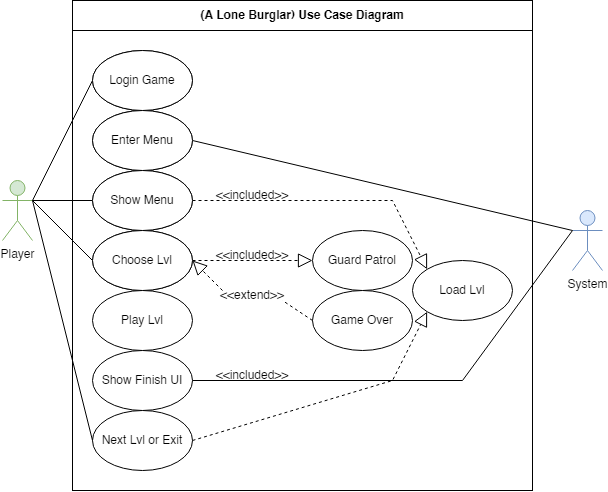
Above: use case diagram.png in johannfac/A-Lone-Burglar (draw.io), before the change. Source tidied: cells renumbered, new cells last; positions are measured from the earlier drawing's top-left corner, leaving out a move shared by most shapes.
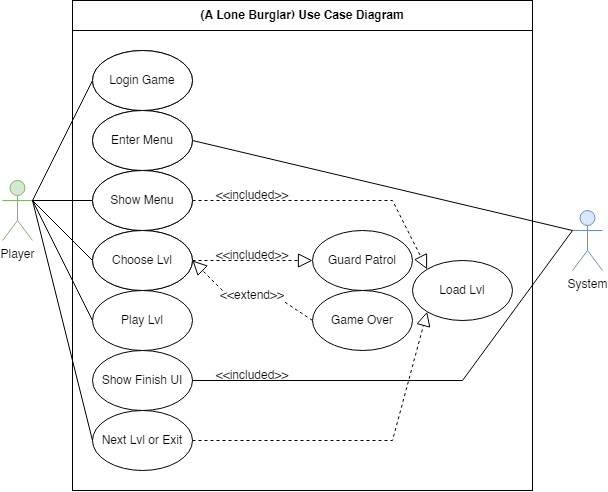
The same file after the commit.

Change to the diagram source:
```diff
@@ -96,7 +96,7 @@
     <mxCell id="28" style="endArrow=block;dashed=1;endFill=0;endSize=12;html=1;rounded=0;exitX=1;exitY=0.5;exitDx=0;exitDy=0;entryX=0;entryY=1;entryDx=0;entryDy=0;startArrow=none;" parent="1" edge="1" source="25" target="5">
       <mxGeometry relative="1" as="geometry">
         <Array as="points">
-          <mxPoint x="390" y="380" />
+          <mxPoint x="390" y="440" />
         </Array>
       </mxGeometry>
     </mxCell>
@@ -118,5 +118,8 @@
     <mxCell id="34" value="Play Lvl" style="ellipse;whiteSpace=wrap;html=1;" parent="1" vertex="1">
       <mxGeometry x="90" y="290" width="100" height="60" as="geometry" />
     </mxCell>
+    <mxCell id="35" style="endArrow=none;endFill=0;endSize=12;html=1;rounded=0;exitX=1;exitY=0.3333333333333333;exitDx=0;exitDy=0;entryX=0;entryY=0.5;entryDx=0;entryDy=0;startArrow=none;exitPerimeter=0;" parent="1" edge="1" source="3" target="34">
+      <mxGeometry relative="1" as="geometry" />
+    </mxCell>
   </root>
 </mxGraphModel>
```
